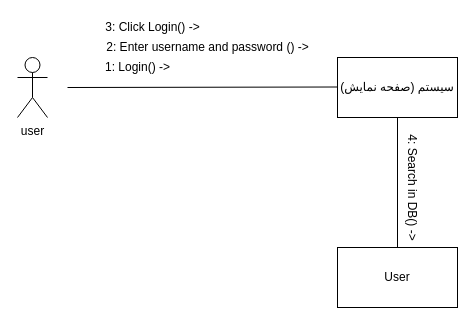
Above: Docs./CommunicationDiagram-Login.drawio in ShadiMe-flutter/Workout (draw.io), before the change. Source tidied: cells renumbered, new cells numbered last; positions are measured from the earlier drawing's top-left corner, leaving out a move shared by most shapes. Both pictures are drawn from the tidied source at 100%, with x=0, y=0 at pixel (17, 17).
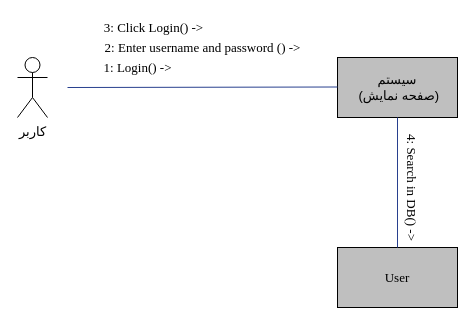
The same page after the edit.

Diff of the diagram source:
```diff
@@
 <mxGraphModel>
   <root>
     <mxCell id="0" />
     <mxCell id="1" parent="0" />
-    <mxCell id="2" value="user" style="shape=umlActor;verticalLabelPosition=bottom;verticalAlign=top;html=1;" parent="1" vertex="1">
+    <mxCell id="2" value="&lt;font style=&quot;font-size: 13px&quot; face=&quot;B Zar&quot;&gt;کاربر&lt;/font&gt;" style="shape=umlActor;verticalLabelPosition=bottom;verticalAlign=top;html=1;" parent="1" vertex="1">
       <mxGeometry y="40" width="30" height="60" as="geometry" />
     </mxCell>
-    <mxCell id="3" value="سیستم (صفحه نمایش)" style="rounded=0;whiteSpace=wrap;html=1;" parent="1" vertex="1">
+    <mxCell id="3" value="&lt;font face=&quot;B Zar&quot; style=&quot;font-size: 13px&quot;&gt;سیستم&lt;br&gt;&amp;nbsp;(صفحه نمایش)&lt;/font&gt;" style="rounded=0;whiteSpace=wrap;html=1;fillColor=#BFBFBF;" parent="1" vertex="1">
       <mxGeometry x="320" y="40" width="120" height="60" as="geometry" />
     </mxCell>
-    <mxCell id="4" value="User" style="rounded=0;whiteSpace=wrap;html=1;" parent="1" vertex="1">
+    <mxCell id="4" value="&lt;font face=&quot;Times New Roman&quot; style=&quot;font-size: 13px&quot;&gt;User&lt;/font&gt;" style="rounded=0;whiteSpace=wrap;html=1;fillColor=#BFBFBF;" parent="1" vertex="1">
       <mxGeometry x="320" y="230" width="120" height="60" as="geometry" />
     </mxCell>
-    <mxCell id="5" style="endArrow=none;html=1;" parent="1" edge="1">
+    <mxCell id="5" style="endArrow=none;html=1;strokeColor=#28408E;" parent="1" edge="1">
       <mxGeometry relative="1" as="geometry">
         <mxPoint x="50" y="70" as="sourcePoint" />
         <mxPoint x="320" y="69.5" as="targetPoint" />
       </mxGeometry>
     </mxCell>
-    <mxCell id="6" style="endArrow=none;html=1;exitX=0.5;exitY=0;exitDx=0;exitDy=0;entryX=0.5;entryY=1;entryDx=0;entryDy=0;" parent="1" edge="1" source="4" target="3">
+    <mxCell id="6" style="endArrow=none;html=1;exitX=0.5;exitY=0;exitDx=0;exitDy=0;entryX=0.5;entryY=1;entryDx=0;entryDy=0;strokeColor=#28408E;" parent="1" edge="1" source="4" target="3">
       <mxGeometry relative="1" as="geometry" />
     </mxCell>
-    <mxCell id="7" value="1: Login() -&amp;gt;" style="text;html=1;align=center;verticalAlign=middle;" parent="1" vertex="1">
+    <mxCell id="7" value="&lt;font face=&quot;Times New Roman&quot; style=&quot;font-size: 13px&quot;&gt;1: Login() -&amp;gt;&lt;/font&gt;" style="text;html=1;align=center;verticalAlign=middle;" parent="1" vertex="1">
       <mxGeometry x="80" y="40" width="80" height="20" as="geometry" />
     </mxCell>
-    <mxCell id="8" value="2: Enter username and password () -&amp;gt;" style="text;html=1;align=center;verticalAlign=middle;" parent="1" vertex="1">
-      <mxGeometry x="80" y="20" width="220" height="20" as="geometry" />
+    <mxCell id="8" value="&lt;font face=&quot;Times New Roman&quot; style=&quot;font-size: 13px&quot;&gt;2: Enter username and password () -&amp;gt;&lt;/font&gt;" style="text;html=1;align=center;verticalAlign=middle;" parent="1" vertex="1">
+      <mxGeometry x="80" y="20" width="210" height="20" as="geometry" />
     </mxCell>
-    <mxCell id="9" value="3: Click Login() -&amp;gt;" style="text;html=1;align=center;verticalAlign=middle;" parent="1" vertex="1">
-      <mxGeometry x="80" width="110" height="20" as="geometry" />
+    <mxCell id="9" value="&lt;font face=&quot;Times New Roman&quot; style=&quot;font-size: 13px&quot;&gt;3: Click Login() -&amp;gt;&lt;/font&gt;" style="text;html=1;align=center;verticalAlign=middle;" parent="1" vertex="1">
+      <mxGeometry x="81" width="110" height="20" as="geometry" />
     </mxCell>
-    <mxCell id="10" value="4: Search in DB() -&amp;gt;" style="text;html=1;align=center;verticalAlign=middle;rotation=90;" parent="1" vertex="1">
+    <mxCell id="10" value="&lt;font face=&quot;Times New Roman&quot; style=&quot;font-size: 13px&quot;&gt;4: Search in DB() -&amp;gt;&lt;/font&gt;" style="text;html=1;align=center;verticalAlign=middle;rotation=90;" parent="1" vertex="1">
       <mxGeometry x="335" y="160" width="120" height="20" as="geometry" />
     </mxCell>
   </root>
 </mxGraphModel>
```
